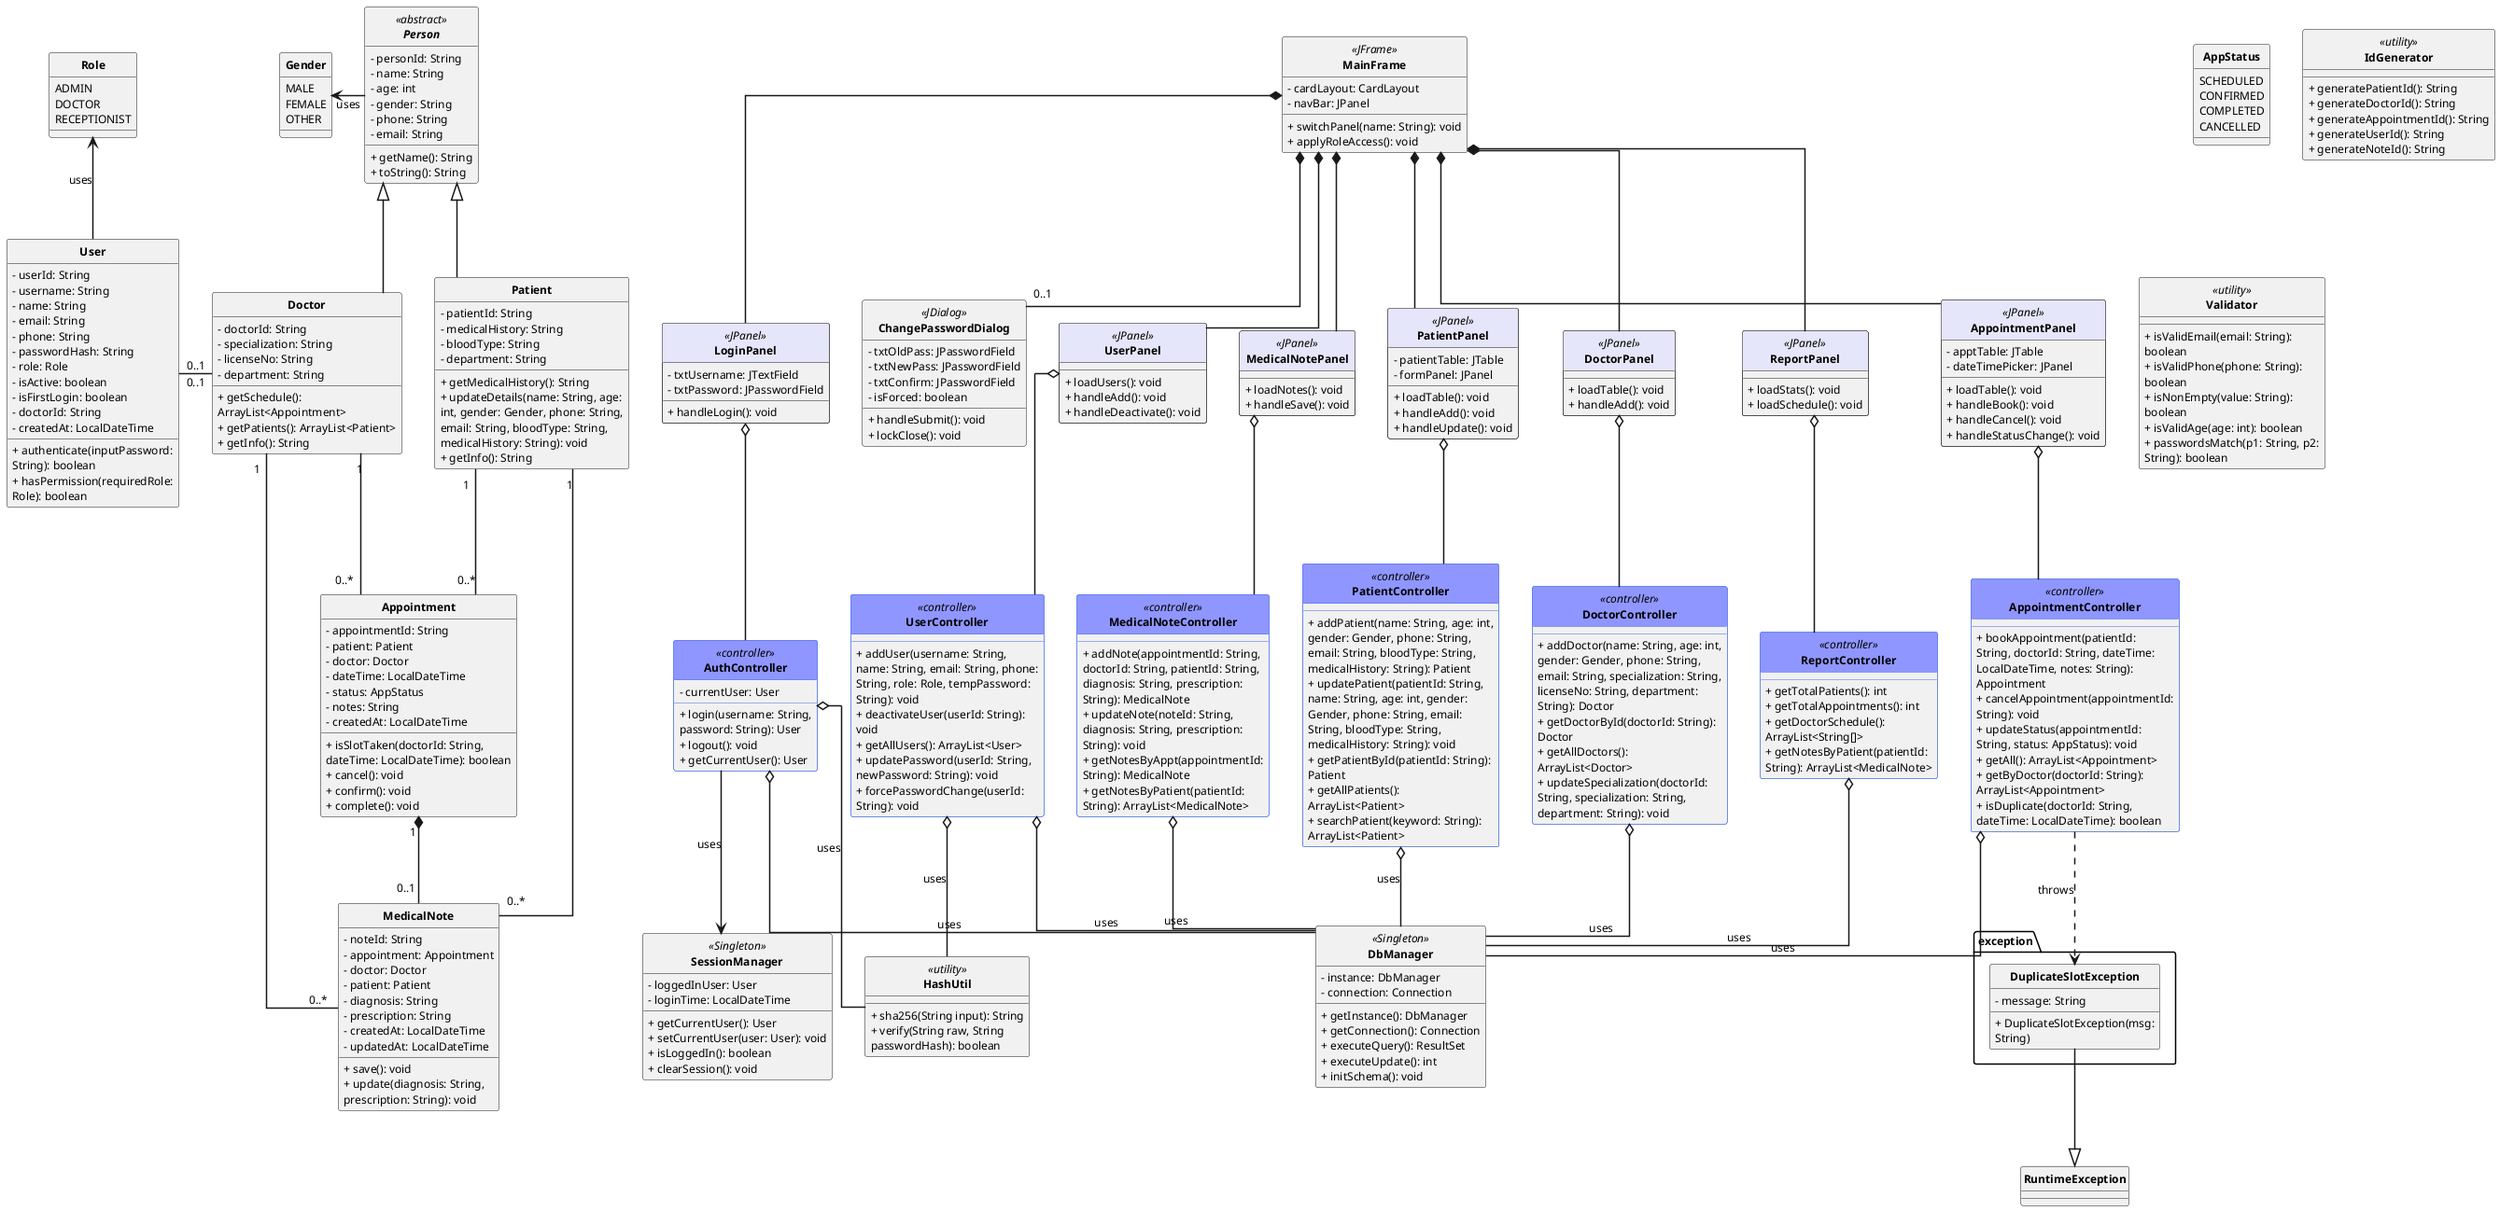
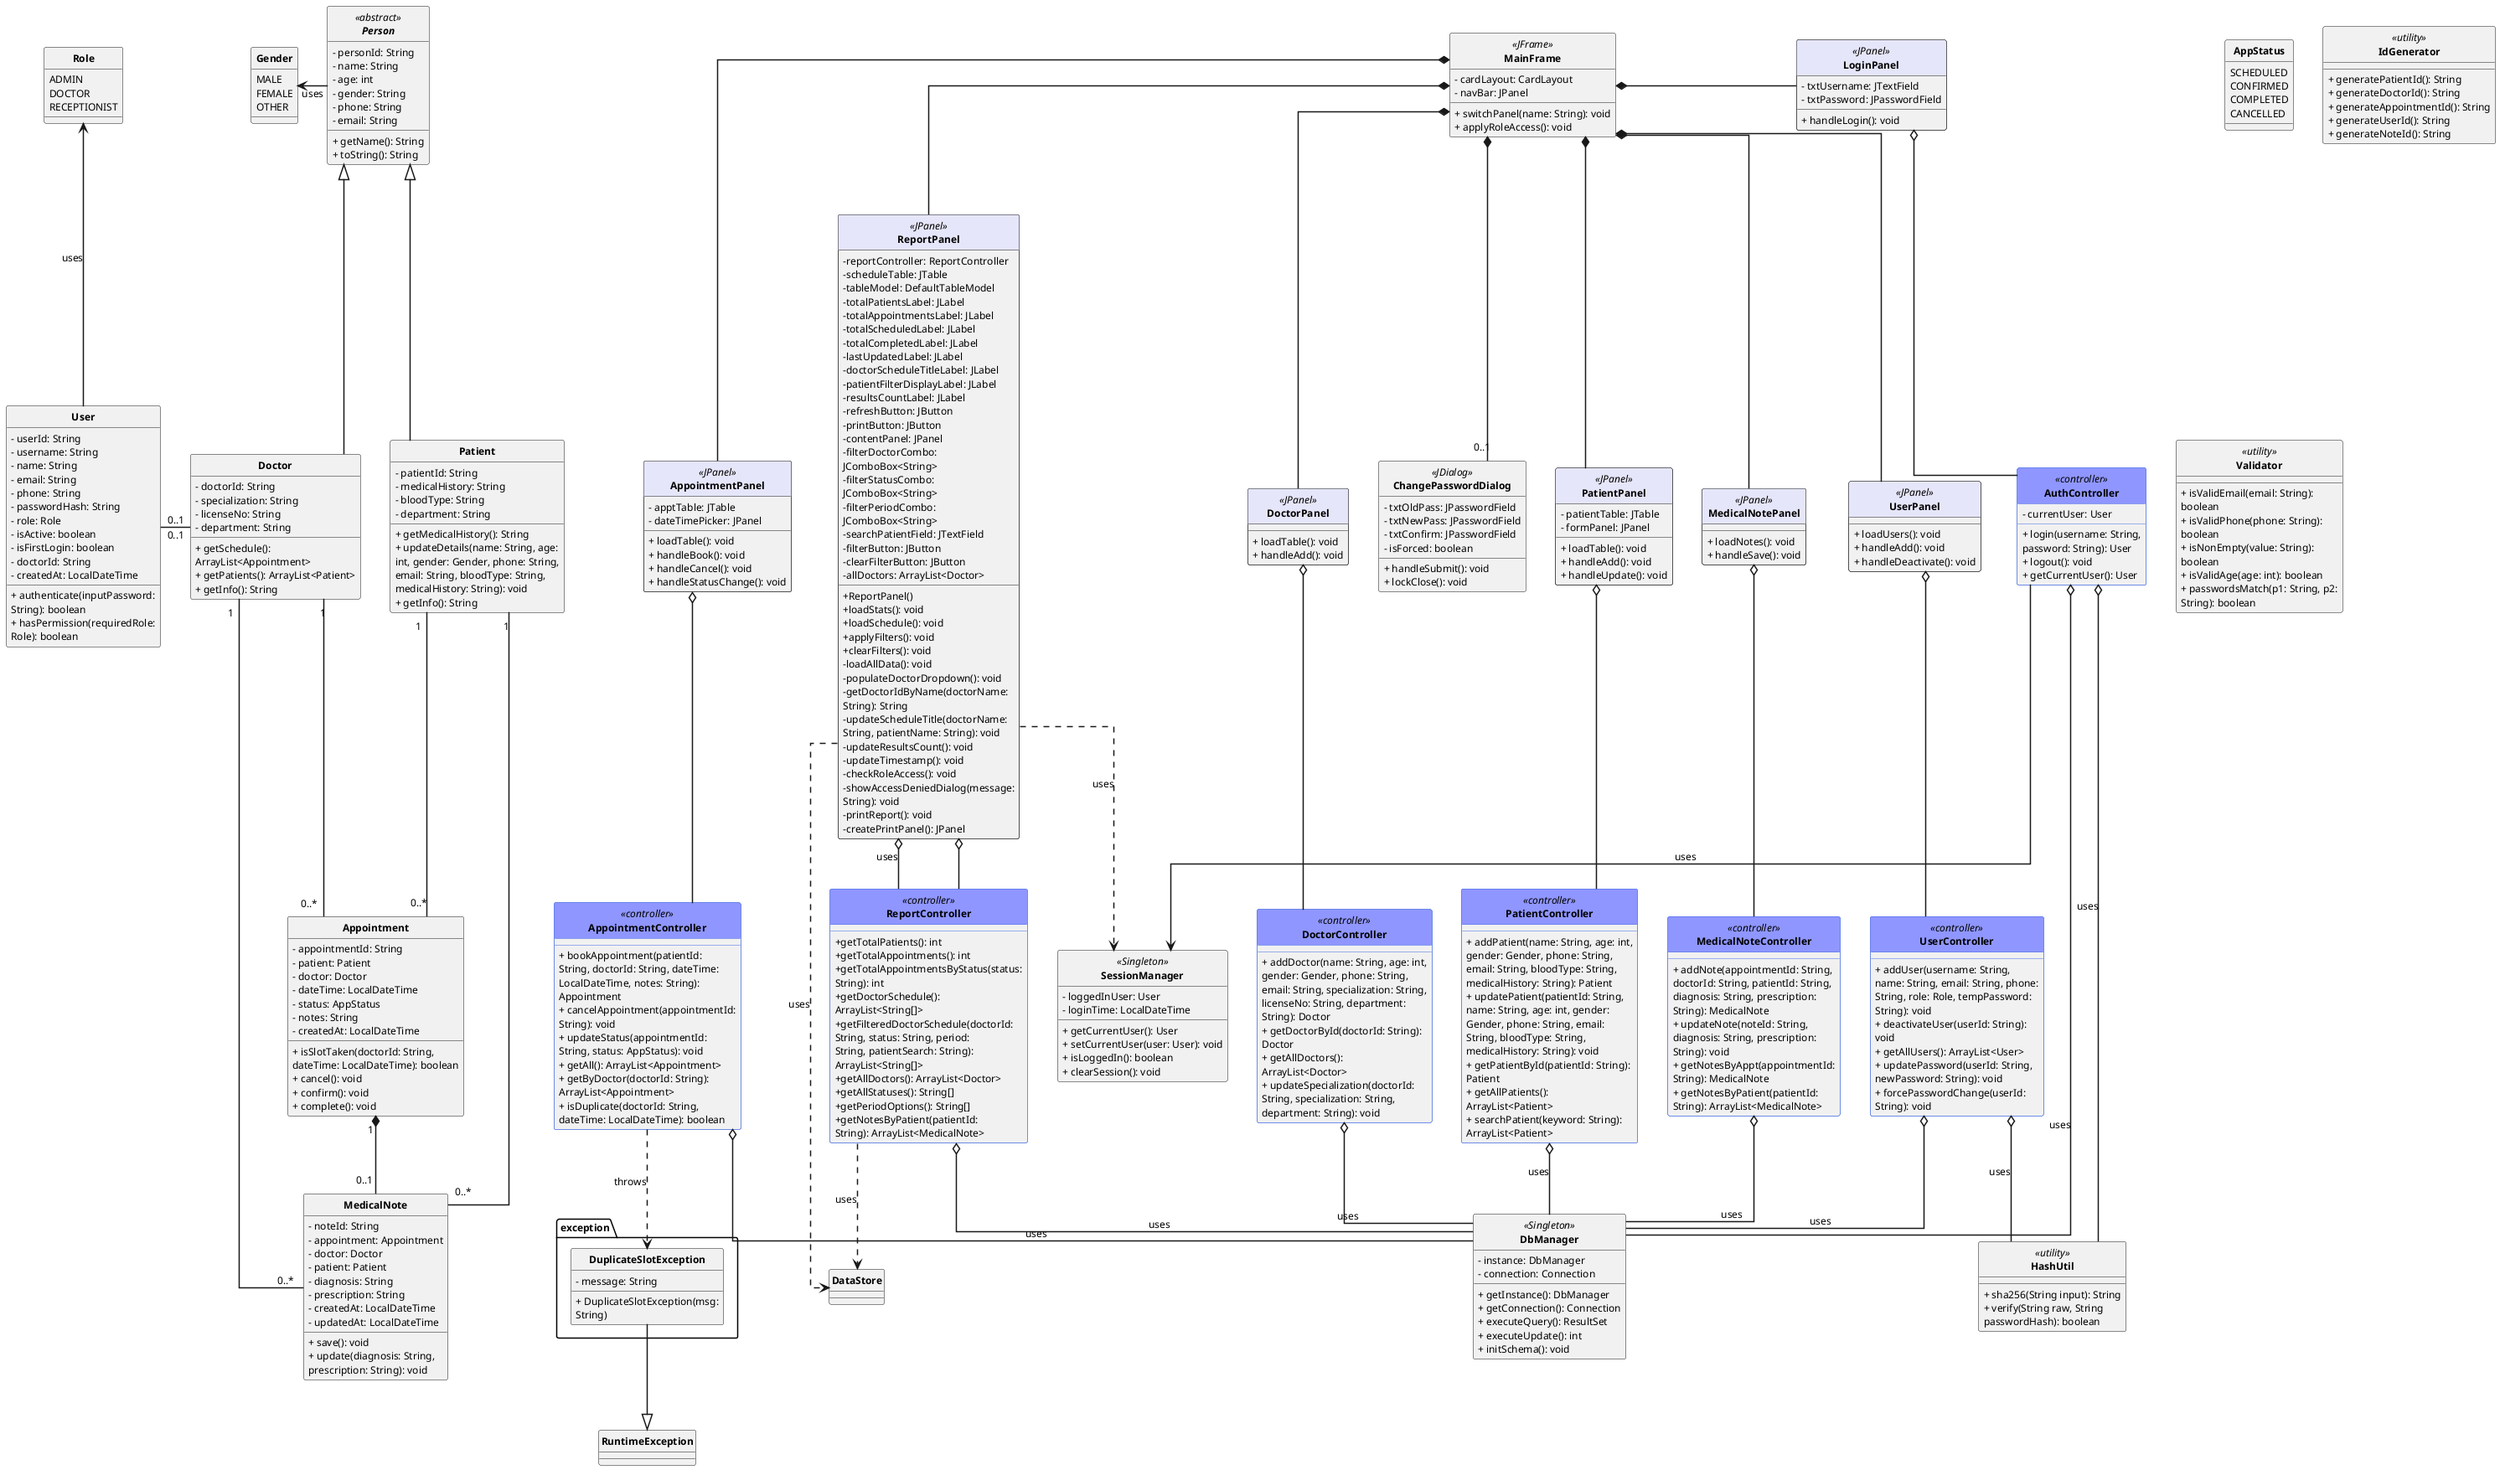
@startuml
skinparam classAttributeIconSize 0
hide circle
'left to right direction
skinparam linetype ortho
skinparam {
    shadowing false
    RoundedCorner 10
    ArrowThickness 1.5
    DefaultFontSize 12
    wrapWidth 200
}

skinparam class {
    FontStyle bold
    HeaderBackgroundColor<<controller>> #8F96FF
    HeaderBackgroundColor<<JPanel>> Lavender
    BorderColor<<controller>> RoyalBlue
    ArrowColor<<controller>> RoyalBlue
}

'-----------------------------------------------------
' ENUMS
'-----------------------------------------------------

enum Gender {
    MALE
    FEMALE
    OTHER
}

enum Role {
    ADMIN
    DOCTOR
    RECEPTIONIST
}

enum AppStatus {
    SCHEDULED
    CONFIRMED
    COMPLETED
    CANCELLED
}

'-----------------------------------------------------
' DOMAIN MODELS
'-----------------------------------------------------

abstract class Person <<abstract>> {
    -&#160;personId: String
    -&#160;name: String
    -&#160;age: int
    -&#160;gender: String
    -&#160;phone: String
    -&#160;email: String
    +&#160;getName(): String
    +&#160;toString(): String
}

class Patient {
    -&#160;patientId: String
    -&#160;medicalHistory: String
    -&#160;bloodType: String
    -&#160;department: String
    +&#160;getMedicalHistory(): String
    +&#160;updateDetails(name: String, age: int, gender: Gender, phone: String, email: String, bloodType: String, medicalHistory: String): void
    +&#160;getInfo(): String
}

class Doctor {
    -&#160;doctorId: String
    -&#160;specialization: String
    -&#160;licenseNo: String
    -&#160;department: String
    +&#160;getSchedule(): ArrayList<Appointment>
    +&#160;getPatients(): ArrayList<Patient>
    +&#160;getInfo(): String
}

class User {
    -&#160;userId: String
    -&#160;username: String
    -&#160;name: String
    -&#160;email: String
    -&#160;phone: String
    -&#160;passwordHash: String
    -&#160;role: Role
    -&#160;isActive: boolean
    -&#160;isFirstLogin: boolean
    -&#160;doctorId: String
    -&#160;createdAt: LocalDateTime
    +&#160;authenticate(inputPassword: String): boolean
    +&#160;hasPermission(requiredRole: Role): boolean
}

class Appointment {
    -&#160;appointmentId: String
    -&#160;patient: Patient
    -&#160;doctor: Doctor
    -&#160;dateTime: LocalDateTime
    -&#160;status: AppStatus
    -&#160;notes: String
    -&#160;createdAt: LocalDateTime
    +&#160;isSlotTaken(doctorId: String, dateTime: LocalDateTime): boolean
    +&#160;cancel(): void
    +&#160;confirm(): void
    +&#160;complete(): void
}

class MedicalNote {
    -&#160;noteId: String
    -&#160;appointment: Appointment
    -&#160;doctor: Doctor
    -&#160;patient: Patient
    -&#160;diagnosis: String
    -&#160;prescription: String
    -&#160;createdAt: LocalDateTime
    -&#160;updatedAt: LocalDateTime
    +&#160;save(): void
    +&#160;update(diagnosis: String, prescription: String): void
}

'-----------------------------------------------------
' EXCEPTION
'-----------------------------------------------------

package exception {
    class DuplicateSlotException {
        -&#160;message: String
        +&#160;DuplicateSlotException(msg: String)
    }
}

DuplicateSlotException --|> RuntimeException

'-----------------------------------------------------
' INFRASTRUCTURE
'-----------------------------------------------------

class DbManager <<Singleton>> {
    -&#160;instance: DbManager
    -&#160;connection: Connection
    +&#160;getInstance(): DbManager
    +&#160;getConnection(): Connection
    +&#160;executeQuery(): ResultSet
    +&#160;executeUpdate(): int
    +&#160;initSchema(): void
}

class SessionManager <<Singleton>> {
    -&#160;loggedInUser: User
    -&#160;loginTime: LocalDateTime
    +&#160;getCurrentUser(): User
    +&#160;setCurrentUser(user: User): void
    +&#160;isLoggedIn(): boolean
    +&#160;clearSession(): void
}

'-----------------------------------------------------
' UTILITIES
'-----------------------------------------------------

class HashUtil <<utility>> {
    +&#160;sha256(String input): String
    +&#160;verify(String raw, String passwordHash): boolean
}

class IdGenerator <<utility>> {
    +&#160;generatePatientId(): String
    +&#160;generateDoctorId(): String
    +&#160;generateAppointmentId(): String
    +&#160;generateUserId(): String
    +&#160;generateNoteId(): String
}

class Validator <<utility>> {
    +&#160;isValidEmail(email: String): boolean
    +&#160;isValidPhone(phone: String): boolean
    +&#160;isNonEmpty(value: String): boolean
    +&#160;isValidAge(age: int): boolean
    +&#160;passwordsMatch(p1: String, p2: String): boolean
}

'-----------------------------------------------------
' CONTROLLERS
'-----------------------------------------------------

class AuthController <<controller>> {
    -&#160;currentUser: User
    +&#160;login(username: String, password: String): User
    +&#160;logout(): void
    +&#160;getCurrentUser(): User
}

class UserController <<controller>> {
    +&#160;addUser(username: String, name: String, email: String, phone: String, role: Role, tempPassword: String): void
    +&#160;deactivateUser(userId: String): void
    +&#160;getAllUsers(): ArrayList<User>
    +&#160;updatePassword(userId: String, newPassword: String): void
    +&#160;forcePasswordChange(userId: String): void
}

class PatientController <<controller>> {
    +&#160;addPatient(name: String, age: int, gender: Gender, phone: String, email: String, bloodType: String, medicalHistory: String): Patient
    +&#160;updatePatient(patientId: String, name: String, age: int, gender: Gender, phone: String, email: String, bloodType: String, medicalHistory: String): void
    +&#160;getPatientById(patientId: String): Patient
    +&#160;getAllPatients(): ArrayList<Patient>
    +&#160;searchPatient(keyword: String): ArrayList<Patient>
}

class DoctorController <<controller>> {
    +&#160;addDoctor(name: String, age: int, gender: Gender, phone: String, email: String, specialization: String, licenseNo: String, department: String): Doctor
    +&#160;getDoctorById(doctorId: String): Doctor
    +&#160;getAllDoctors(): ArrayList<Doctor>
    +&#160;updateSpecialization(doctorId: String, specialization: String, department: String): void
}

class AppointmentController <<controller>> {
    +&#160;bookAppointment(patientId: String, doctorId: String, dateTime: LocalDateTime, notes: String): Appointment
    +&#160;cancelAppointment(appointmentId: String): void
    +&#160;updateStatus(appointmentId: String, status: AppStatus): void
    +&#160;getAll(): ArrayList<Appointment>
    +&#160;getByDoctor(doctorId: String): ArrayList<Appointment>
    +&#160;isDuplicate(doctorId: String, dateTime: LocalDateTime): boolean
}

class ReportController <<controller>> {
-     +&#160;getTotalPatients(): int
-     +&#160;getTotalAppointments(): int
-     +&#160;getDoctorSchedule(): ArrayList<String[]>
-     +&#160;getNotesByPatient(patientId: String): ArrayList<MedicalNote>
+     + getTotalPatients(): int
+     + getTotalAppointments(): int
+     + getTotalAppointmentsByStatus(status: String): int
+     + getDoctorSchedule(): ArrayList<String[]>
+     + getFilteredDoctorSchedule(doctorId: String, status: String, period: String, patientSearch: String): ArrayList<String[]>
+     + getAllDoctors(): ArrayList<Doctor>
+     + getAllStatuses(): String[]
+     + getPeriodOptions(): String[]
+     + getNotesByPatient(patientId: String): ArrayList<MedicalNote>
}

class MedicalNoteController <<controller>> {
    +&#160;addNote(appointmentId: String, doctorId: String, patientId: String, diagnosis: String, prescription: String): MedicalNote
    +&#160;updateNote(noteId: String, diagnosis: String, prescription: String): void
    +&#160;getNotesByAppt(appointmentId: String): MedicalNote
    +&#160;getNotesByPatient(patientId: String): ArrayList<MedicalNote>
}

'-----------------------------------------------------
' UI PANELS
'-----------------------------------------------------

class MainFrame <<JFrame>> {
    -&#160;cardLayout: CardLayout
    -&#160;navBar: JPanel
    +&#160;switchPanel(name: String): void
    +&#160;applyRoleAccess(): void
}

class ChangePasswordDialog <<JDialog>> {
    -&#160;txtOldPass: JPasswordField
    -&#160;txtNewPass: JPasswordField
    -&#160;txtConfirm: JPasswordField
    -&#160;isForced: boolean
    +&#160;handleSubmit(): void
    +&#160;lockClose(): void
}

class LoginPanel <<JPanel>> {
    -&#160;txtUsername: JTextField
    -&#160;txtPassword: JPasswordField
    +&#160;handleLogin(): void
}

class PatientPanel <<JPanel>> {
    -&#160;patientTable: JTable
    -&#160;formPanel: JPanel
    +&#160;loadTable(): void
    +&#160;handleAdd(): void
    +&#160;handleUpdate(): void
}

class AppointmentPanel <<JPanel>> {
    -&#160;apptTable: JTable
    -&#160;dateTimePicker: JPanel
    +&#160;loadTable(): void
    +&#160;handleBook(): void
    +&#160;handleCancel(): void
    +&#160;handleStatusChange(): void
}

class DoctorPanel <<JPanel>> {
    +&#160;loadTable(): void
    +&#160;handleAdd(): void
}

class ReportPanel <<JPanel>> {
-     +&#160;loadStats(): void
-     +&#160;loadSchedule(): void
+     - reportController: ReportController
+     - scheduleTable: JTable
+     - tableModel: DefaultTableModel
+     - totalPatientsLabel: JLabel
+     - totalAppointmentsLabel: JLabel
+     - totalScheduledLabel: JLabel
+     - totalCompletedLabel: JLabel
+     - lastUpdatedLabel: JLabel
+     - doctorScheduleTitleLabel: JLabel
+     - patientFilterDisplayLabel: JLabel
+     - resultsCountLabel: JLabel
+     - refreshButton: JButton
+     - printButton: JButton
+     - contentPanel: JPanel
+     - filterDoctorCombo: JComboBox<String>
+     - filterStatusCombo: JComboBox<String>
+     - filterPeriodCombo: JComboBox<String>
+     - searchPatientField: JTextField
+     - filterButton: JButton
+     - clearFilterButton: JButton
+     - allDoctors: ArrayList<Doctor>
+     + ReportPanel()
+     + loadStats(): void
+     + loadSchedule(): void
+     + applyFilters(): void
+     + clearFilters(): void
+     - loadAllData(): void
+     - populateDoctorDropdown(): void
+     - getDoctorIdByName(doctorName: String): String
+     - updateScheduleTitle(doctorName: String, patientName: String): void
+     - updateResultsCount(): void
+     - updateTimestamp(): void
+     - checkRoleAccess(): void
+     - showAccessDeniedDialog(message: String): void
+     - printReport(): void
+     - createPrintPanel(): JPanel
}

class MedicalNotePanel <<JPanel>> {
    +&#160;loadNotes(): void
    +&#160;handleSave(): void
}

class UserPanel <<JPanel>> {
    +&#160;loadUsers(): void
    +&#160;handleAdd(): void
    +&#160;handleDeactivate(): void
}

'-----------------------------------------------------
' LAYOUT HINTS
'-----------------------------------------------------

together {
    class Patient
    class Doctor
    class Appointment
    class MedicalNote
}

together {
    class AuthController
    class UserController
    class PatientController
    class DoctorController
    class AppointmentController
    class ReportController
    class MedicalNoteController
}

together {
    class LoginPanel
    class PatientPanel
    class AppointmentPanel
    class DoctorPanel
    class ReportPanel
    class MedicalNotePanel
    class UserPanel
}

'-----------------------------------------------------
' RELATIONSHIPS
'-----------------------------------------------------

' Enum usage
Person -left-> Gender: uses
User -up-> Role: uses
'Appointment --> AppStatus: uses
+ ReportPanel o-- ReportController : uses
+ ReportPanel ..> SessionManager : uses
+ ReportPanel ..> DataStore : uses
+ ReportController ..> DataStore : uses

'--- Inheritance ---
Person <|-down- Doctor
Person <|-down- Patient

/'--- Domain Associations (using or referencing) ---
Note: Use -- for simple association, --> for dependency/direction'/
Patient "1 " -- "0..* " Appointment
Doctor "1 " -- "0..* " Appointment
Appointment "1 " *-- "0..1 " MedicalNote
Doctor "1 " -- "0..* " MedicalNote
Patient "1 " -- "0..* " MedicalNote
User "0..1 " -right- "0..1 " Doctor

'--- UI Composition ---
'MainFrame *-- PanelManager
MainFrame *-- "0..1"  ChangePasswordDialog
MainFrame *-right-  LoginPanel
MainFrame *--  PatientPanel
MainFrame *--  AppointmentPanel
MainFrame *--  DoctorPanel
MainFrame *--  ReportPanel
MainFrame *--  MedicalNotePanel
MainFrame *--  UserPanel

'--- Panel -> Controller ---
LoginPanel o-- AuthController
PatientPanel o-- PatientController
AppointmentPanel o-- AppointmentController
DoctorPanel o-- DoctorController
ReportPanel o-- ReportController
MedicalNotePanel o-- MedicalNoteController
UserPanel o-- UserController

'--- Controller -> infrastructure ---
AuthController o-- DbManager : uses
UserController o-- DbManager : uses
PatientController o-- DbManager : uses
DoctorController o-- DbManager : uses
AppointmentController o-- DbManager : uses
ReportController o-- DbManager : uses
MedicalNoteController o-- DbManager : uses

'--- Auth ---
AuthController --> SessionManager : uses
AuthController o-- HashUtil : uses
UserController o-- HashUtil : uses

'Exception
AppointmentController ..> DuplicateSlotException : throws

@enduml